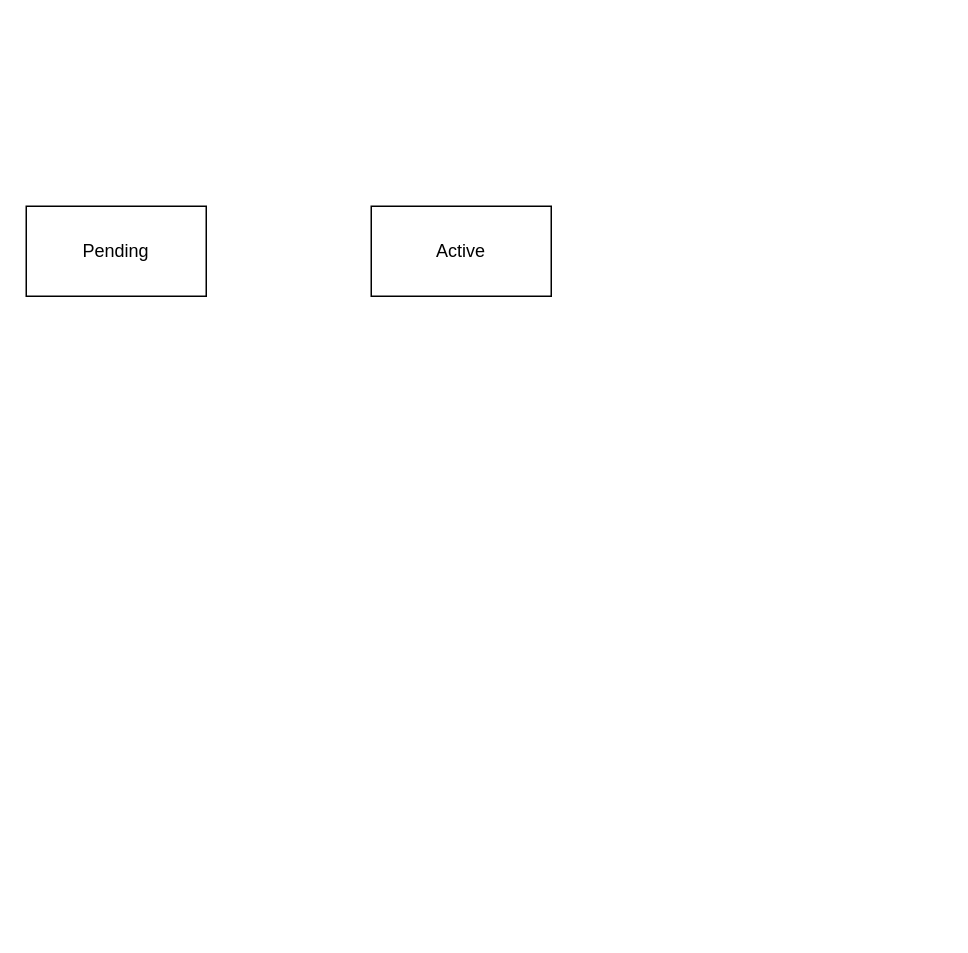
SWEN30006-14/Workshops keeps this draw.io diagram as Workshop 6.drawio. Above is the earlier version. Source tidied: cells renumbered, new cells numbered last; positions are measured from the earlier drawing's top-left corner, leaving out a move shared by most shapes. Both pictures are drawn from the tidied source at 150%, with x=0, y=0 at pixel (26, 206).
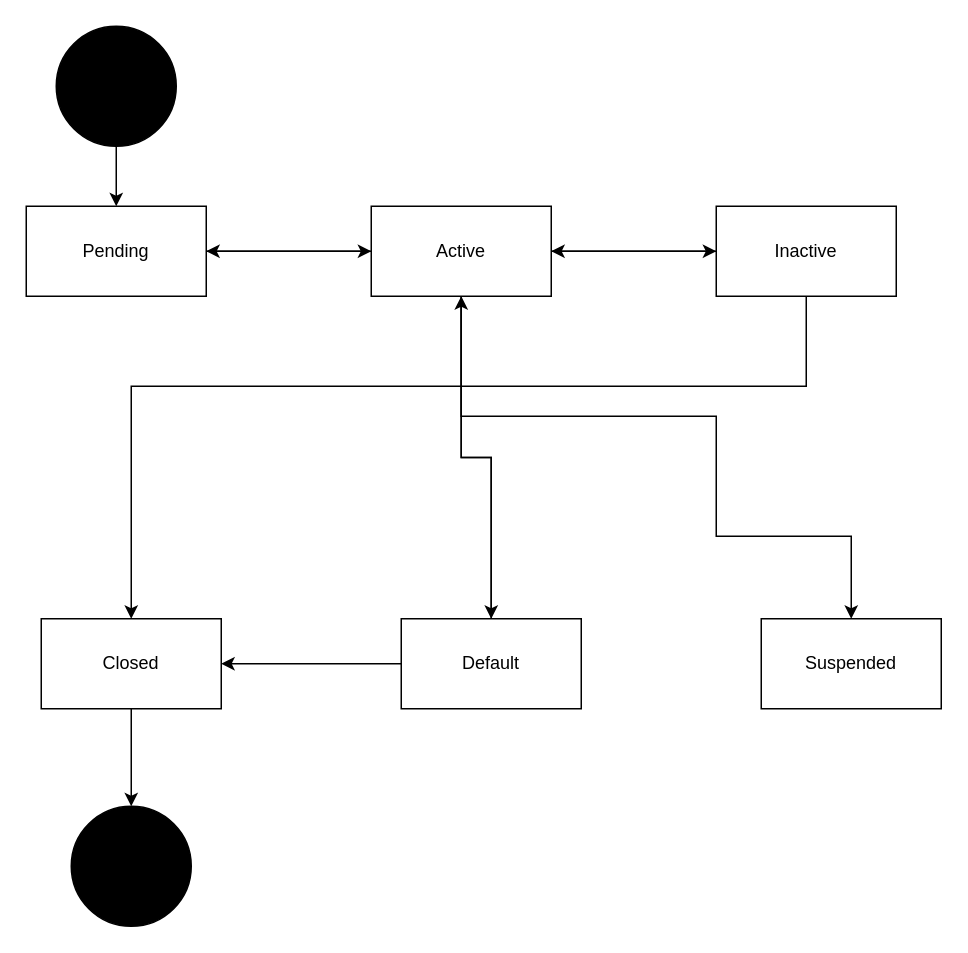
After the change.

The change refers to these unchanged cells:
```xml
<mxCell id="2" value="Pending" style="rounded=0;whiteSpace=wrap;html=1;" parent="1" vertex="1">
  <mxGeometry width="120" height="60" as="geometry" />
</mxCell>
<mxCell id="3" value="Active" style="rounded=0;whiteSpace=wrap;html=1;" parent="1" vertex="1">
  <mxGeometry x="230" width="120" height="60" as="geometry" />
</mxCell>
```

The edit, as a diff of the source:
```diff
@@
+    <mxCell id="4" style="edgeStyle=orthogonalEdgeStyle;rounded=0;jettySize=auto;html=1;entryX=0;entryY=0.5;entryDx=0;entryDy=0;" parent="1" edge="1" source="2" target="3">
+      <mxGeometry relative="1" as="geometry" />
+    </mxCell>
@@
+    <mxCell id="5" style="edgeStyle=orthogonalEdgeStyle;rounded=0;jettySize=auto;html=1;entryX=1;entryY=0.5;entryDx=0;entryDy=0;" parent="1" edge="1" source="3" target="2">
+      <mxGeometry relative="1" as="geometry" />
+    </mxCell>
+    <mxCell id="6" style="edgeStyle=orthogonalEdgeStyle;rounded=0;jettySize=auto;html=1;entryX=0;entryY=0.5;entryDx=0;entryDy=0;" parent="1" edge="1" source="3" target="17">
+      <mxGeometry relative="1" as="geometry" />
+    </mxCell>
+    <mxCell id="7" style="edgeStyle=orthogonalEdgeStyle;rounded=0;jettySize=auto;html=1;entryX=0.5;entryY=0;entryDx=0;entryDy=0;" parent="1" edge="1" source="3" target="9">
+      <mxGeometry relative="1" as="geometry">
+        <Array as="points">
+          <mxPoint x="290" y="140" />
+          <mxPoint x="460" y="140" />
+          <mxPoint x="460" y="220" />
+          <mxPoint x="550" y="220" />
+        </Array>
+      </mxGeometry>
+    </mxCell>
+    <mxCell id="8" style="edgeStyle=orthogonalEdgeStyle;rounded=0;jettySize=auto;html=1;" parent="1" edge="1" source="3" target="12">
+      <mxGeometry relative="1" as="geometry" />
+    </mxCell>
@@
+    <mxCell id="9" value="Suspended" style="rounded=0;whiteSpace=wrap;html=1;" parent="1" vertex="1">
+      <mxGeometry x="490" y="275" width="120" height="60" as="geometry" />
+    </mxCell>
+    <mxCell id="10" style="edgeStyle=orthogonalEdgeStyle;rounded=0;jettySize=auto;html=1;entryX=0.5;entryY=1;entryDx=0;entryDy=0;" parent="1" edge="1" source="12" target="3">
+      <mxGeometry relative="1" as="geometry" />
+    </mxCell>
+    <mxCell id="11" style="edgeStyle=orthogonalEdgeStyle;rounded=0;jettySize=auto;html=1;entryX=1;entryY=0.5;entryDx=0;entryDy=0;" parent="1" edge="1" source="12" target="14">
+      <mxGeometry relative="1" as="geometry" />
+    </mxCell>
+    <mxCell id="12" value="Default" style="rounded=0;whiteSpace=wrap;html=1;" parent="1" vertex="1">
+      <mxGeometry x="250" y="275" width="120" height="60" as="geometry" />
+    </mxCell>
+    <mxCell id="13" style="edgeStyle=orthogonalEdgeStyle;rounded=0;jettySize=auto;html=1;entryX=0.5;entryY=0;entryDx=0;entryDy=0;" parent="1" edge="1" source="14" target="20">
+      <mxGeometry relative="1" as="geometry" />
+    </mxCell>
+    <mxCell id="14" value="Closed" style="rounded=0;whiteSpace=wrap;html=1;" parent="1" vertex="1">
+      <mxGeometry x="10" y="275" width="120" height="60" as="geometry" />
+    </mxCell>
+    <mxCell id="15" style="edgeStyle=orthogonalEdgeStyle;rounded=0;jettySize=auto;html=1;entryX=1;entryY=0.5;entryDx=0;entryDy=0;" parent="1" edge="1" source="17" target="3">
+      <mxGeometry relative="1" as="geometry" />
+    </mxCell>
+    <mxCell id="16" style="edgeStyle=orthogonalEdgeStyle;rounded=0;jettySize=auto;html=1;entryX=0.5;entryY=0;entryDx=0;entryDy=0;" parent="1" edge="1" source="17" target="14">
+      <mxGeometry relative="1" as="geometry">
+        <Array as="points">
+          <mxPoint x="520" y="120" />
+          <mxPoint x="70" y="120" />
+        </Array>
+      </mxGeometry>
+    </mxCell>
+    <mxCell id="17" value="Inactive" style="rounded=0;whiteSpace=wrap;html=1;" parent="1" vertex="1">
+      <mxGeometry x="460" width="120" height="60" as="geometry" />
+    </mxCell>
+    <mxCell id="18" style="edgeStyle=orthogonalEdgeStyle;rounded=0;jettySize=auto;html=1;" parent="1" edge="1" source="19" target="2">
+      <mxGeometry relative="1" as="geometry" />
+    </mxCell>
+    <mxCell id="19" style="ellipse;whiteSpace=wrap;html=1;fillColor=#000000;" parent="1" vertex="1">
+      <mxGeometry x="20" y="-120" width="80" height="80" as="geometry" />
+    </mxCell>
+    <mxCell id="20" style="ellipse;whiteSpace=wrap;html=1;fillColor=#000000;" parent="1" vertex="1">
+      <mxGeometry x="30" y="400" width="80" height="80" as="geometry" />
+    </mxCell>
```
